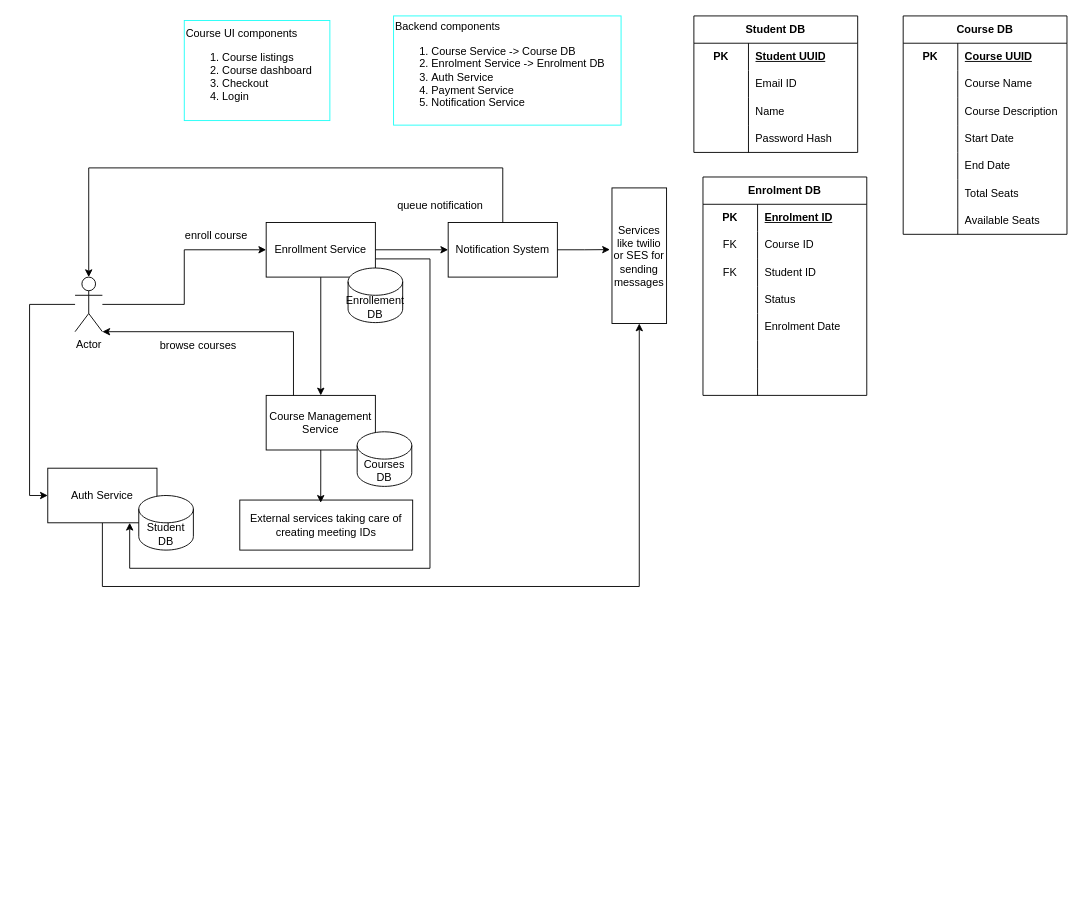
Before: course management system.drawio in anshul1790/system-design-playground, a draw.io diagram. Source tidied: cells renumbered, new cells numbered last; positions are measured from the earlier drawing's top-left corner, leaving out a move shared by most shapes. Both pictures are drawn from the tidied source at 91%, with x=0, y=0 at pixel (29, 15).
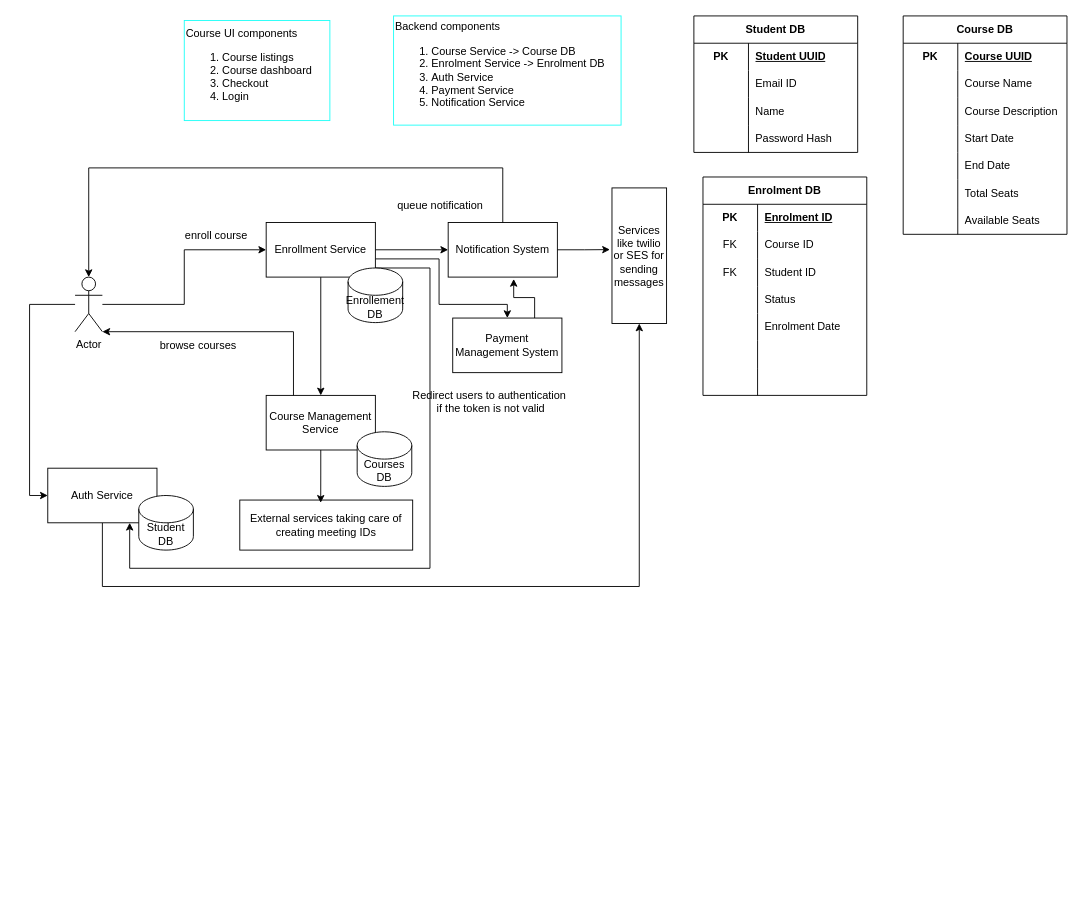
The same diagram, later.

Unchanged cells that the change refers to:
```xml
<mxCell id="67" value="Enrollment Service" style="rounded=0;whiteSpace=wrap;html=1;" parent="1" vertex="1">
  <mxGeometry x="260" y="227" width="120" height="60" as="geometry" />
</mxCell>
<mxCell id="70" value="Auth Service" style="rounded=0;whiteSpace=wrap;html=1;" parent="1" vertex="1">
  <mxGeometry x="20" y="497" width="120" height="60" as="geometry" />
</mxCell>
<mxCell id="71" value="Notification System" style="rounded=0;whiteSpace=wrap;html=1;" parent="1" vertex="1">
  <mxGeometry x="460" y="227" width="120" height="60" as="geometry" />
</mxCell>
```

Diff of the diagram source:
```diff
@@
     <mxCell id="66" style="edgeStyle=orthogonalEdgeStyle;rounded=0;jettySize=auto;html=1;entryX=0.75;entryY=1;entryDx=0;entryDy=0;" parent="1" edge="1" source="67" target="70">
       <mxGeometry relative="1" as="geometry">
         <Array as="points">
-          <mxPoint x="440" y="267" />
+          <mxPoint x="440" y="277" />
           <mxPoint x="440" y="607" />
           <mxPoint x="110" y="607" />
         </Array>
       </mxGeometry>
     </mxCell>
+    <mxCell id="84" style="edgeStyle=orthogonalEdgeStyle;rounded=0;jettySize=auto;html=1;entryX=0.5;entryY=0;entryDx=0;entryDy=0;" parent="1" edge="1" source="67" target="87">
+      <mxGeometry relative="1" as="geometry">
+        <Array as="points">
+          <mxPoint x="450" y="267" />
+          <mxPoint x="450" y="317" />
+          <mxPoint x="525" y="317" />
+        </Array>
+      </mxGeometry>
+    </mxCell>
@@
+    <mxCell id="85" value="Redirect users to authentication&lt;div&gt;&amp;nbsp;if the token is not valid&lt;/div&gt;" style="text;html=1;align=center;verticalAlign=middle;strokeColor=none;fillColor=none;" parent="1" vertex="1">
+      <mxGeometry x="410" y="404" width="190" height="40" as="geometry" />
+    </mxCell>
+    <mxCell id="86" style="edgeStyle=orthogonalEdgeStyle;rounded=0;jettySize=auto;html=1;exitX=0.75;exitY=0;exitDx=0;exitDy=0;entryX=0.6;entryY=1.034;entryDx=0;entryDy=0;entryPerimeter=0;" parent="1" edge="1" source="87" target="71">
+      <mxGeometry relative="1" as="geometry" />
+    </mxCell>
+    <mxCell id="87" value="Payment Management System" style="rounded=0;whiteSpace=wrap;html=1;" parent="1" vertex="1">
+      <mxGeometry x="465" y="332" width="120" height="60" as="geometry" />
+    </mxCell>
+    <mxCell id="88" value="&lt;div&gt;&lt;br&gt;&lt;/div&gt;&lt;div&gt;&lt;br&gt;&lt;/div&gt;" style="text;html=1;align=center;verticalAlign=middle;strokeColor=none;fillColor=none;" parent="1" vertex="1">
+      <mxGeometry x="-15" y="922" width="20" height="40" as="geometry" />
+    </mxCell>
```
